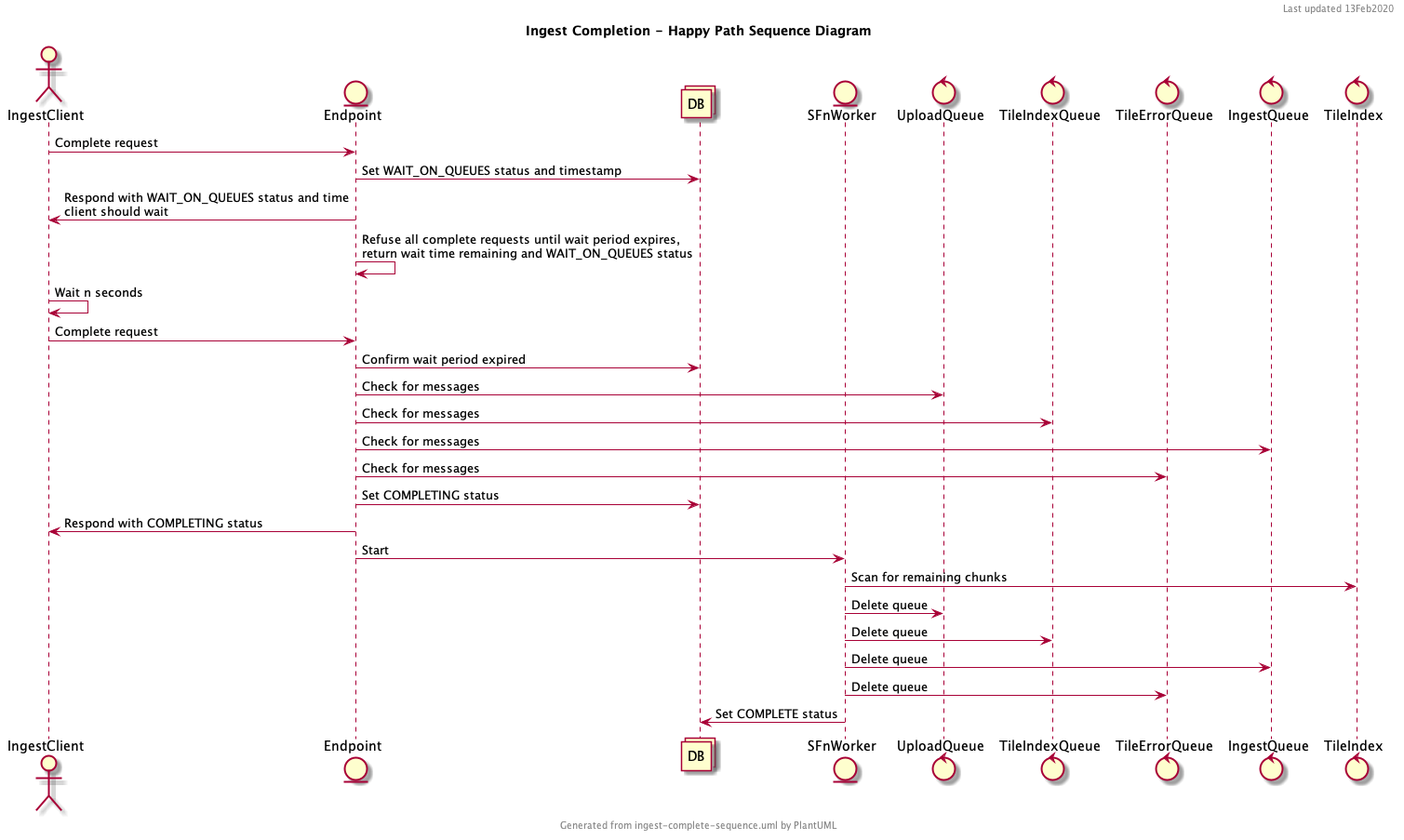
The PlantUML diagram docs/ingest/ingest-complete-sequence.png in jhuapl-boss/boss-manage, before a commit. Source of this version:
```plantuml
@startuml

header Last updated 13Feb2020
footer Generated from ingest-complete-sequence.uml by PlantUML
title Ingest Completion - Happy Path Sequence Diagram

actor IngestClient as IC
entity Endpoint as E
collections DB
entity SFnWorker as W
control UploadQueue as UQ
control TileIndexQueue as TIQ
control TileErrorQueue as TEQ
control IngestQueue as IQ
control TileIndex as TI

IC->E: Complete request
E->DB: Set WAIT_ON_QUEUES status and timestamp
E->IC: Respond with WAIT_ON_QUEUES status and time\nclient should wait
E->E: Refuse all complete requests until wait period expires, \nreturn wait time remaining and WAIT_ON_QUEUES status
IC->IC: Wait n seconds
IC->E: Complete request
E->DB: Confirm wait period expired
E->UQ: Check for messages
E->TIQ: Check for messages
E->IQ: Check for messages
E->TEQ: Check for messages
E->DB: Set COMPLETING status
E->IC: Respond with COMPLETING status
E->W: Start
W->TI: Scan for remaining chunks
W->UQ: Delete queue
W->TIQ: Delete queue
W->IQ: Delete queue
W->TEQ: Delete queue
W->DB: Set COMPLETE status

@enduml
```
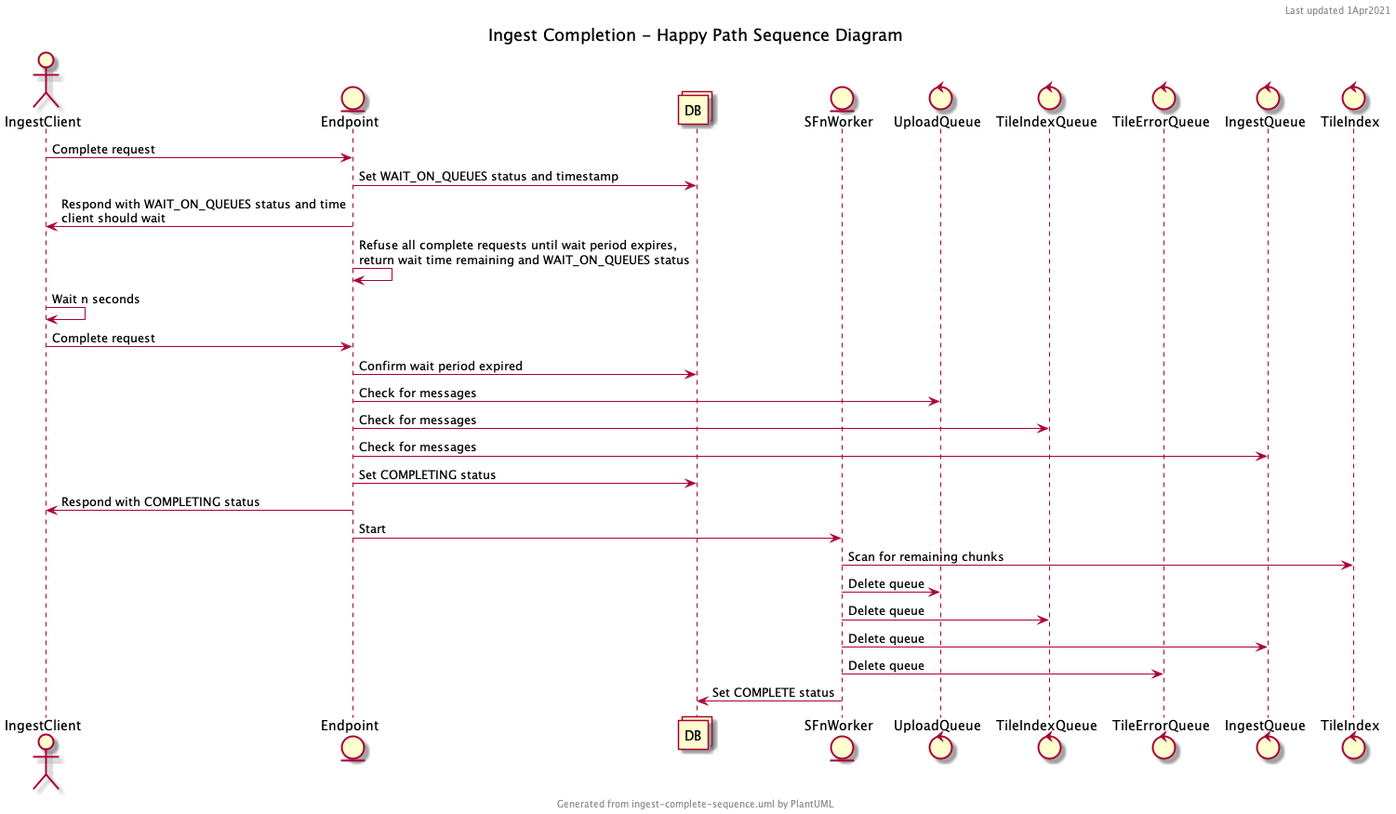
The same diagram one commit later.

What changed in the source:
```diff
@@ -1,6 +1,6 @@
 @startuml
 
-header Last updated 13Feb2020
+header Last updated 1Apr2021
 footer Generated from ingest-complete-sequence.uml by PlantUML
 title Ingest Completion - Happy Path Sequence Diagram
 
@@ -24,7 +24,6 @@
 E->UQ: Check for messages
 E->TIQ: Check for messages
 E->IQ: Check for messages
-E->TEQ: Check for messages
 E->DB: Set COMPLETING status
 E->IC: Respond with COMPLETING status
 E->W: Start
```
